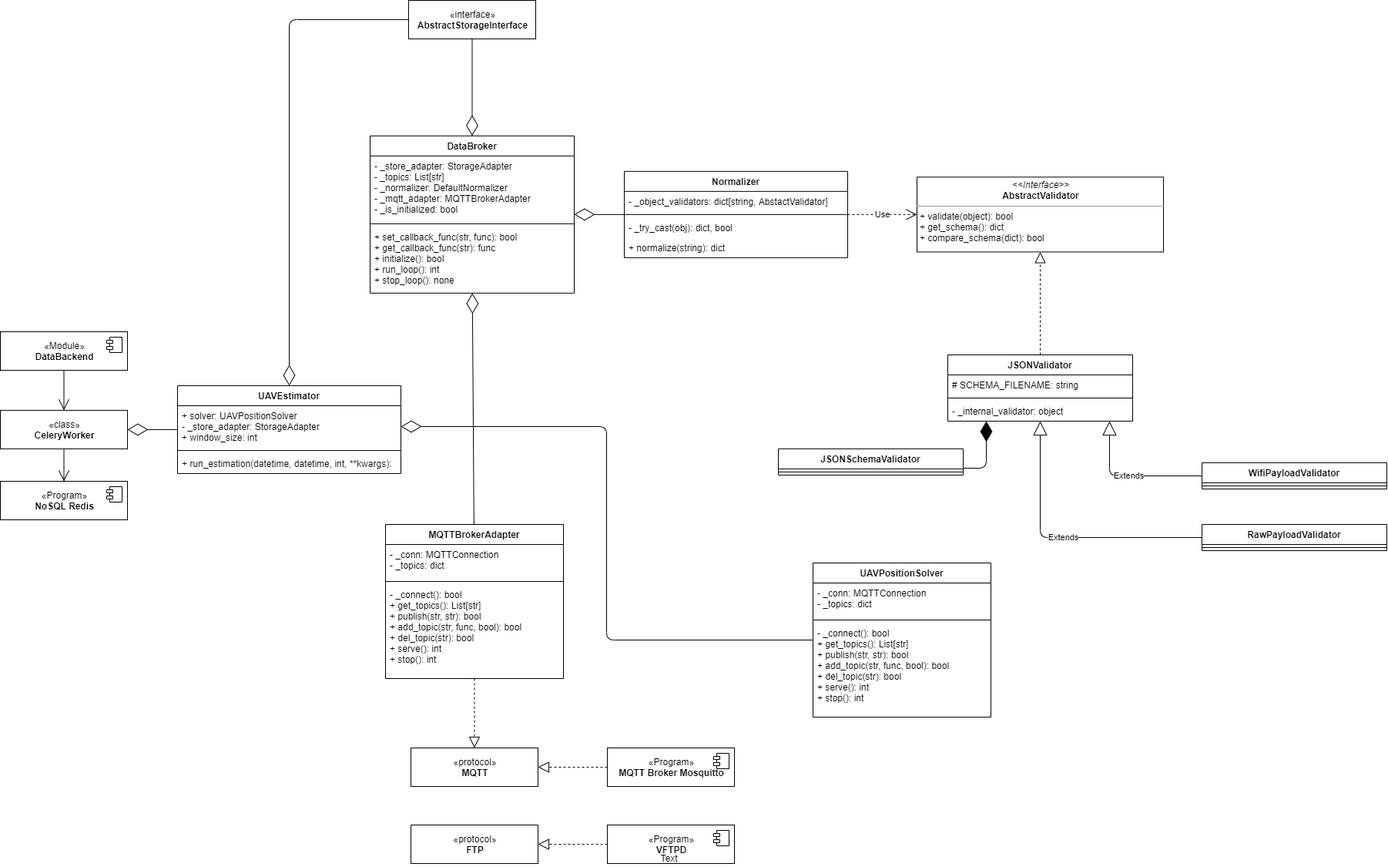
Above: docs/schemes/classes/ClassDiagram-processing_subsystem.png in Kirkirillka/GPS_Tracker (draw.io), before the change. Source tidied: cells renumbered, new cells last; positions are measured from the earlier drawing's top-left corner, leaving out a move shared by most shapes. Its diagram source:
```xml
<mxGraphModel>
  <root>
    <mxCell id="0" />
    <mxCell id="1" parent="0" />
    <mxCell id="2" value="DataBroker" style="swimlane;fontStyle=1;align=center;verticalAlign=top;horizontal=1;startSize=26;" parent="1" vertex="1">
      <mxGeometry x="480" y="175.9" width="265" height="204" as="geometry" />
    </mxCell>
    <mxCell id="3" value="- _store_adapter: StorageAdapter&#10;- _topics: List[str]&#10;- _normalizer: DefaultNormalizer&#10;- _mqtt_adapter: MQTTBrokerAdapter&#10;- _is_initialized: bool&#10;" style="text;strokeColor=none;fillColor=none;align=left;verticalAlign=top;spacingLeft=4;spacingRight=4;overflow=hidden;" parent="2" vertex="1">
      <mxGeometry y="26" width="265" height="84" as="geometry" />
    </mxCell>
    <mxCell id="4" style="line;strokeWidth=1;fillColor=none;align=left;verticalAlign=middle;spacingTop=-1;spacingLeft=3;spacingRight=3;labelPosition=right;" parent="2" vertex="1">
      <mxGeometry y="110" width="265" height="8" as="geometry" />
    </mxCell>
    <mxCell id="5" value="+ set_callback_func(str, func): bool&#10;+ get_callback_func(str): func&#10;+ initialize(): bool&#10;+ run_loop(): int&#10;+ stop_loop(): none" style="text;strokeColor=none;fillColor=none;align=left;verticalAlign=top;spacingLeft=4;spacingRight=4;overflow=hidden;points=[[0,0.5],[1,0.5]];portConstraint=eastwest;" parent="2" vertex="1">
      <mxGeometry y="118" width="265" height="86" as="geometry" />
    </mxCell>
    <mxCell id="6" value="JSONValidator" style="swimlane;fontStyle=1;align=center;verticalAlign=top;horizontal=1;startSize=26;" parent="1" vertex="1">
      <mxGeometry x="1230" y="460" width="240" height="86" as="geometry" />
    </mxCell>
    <mxCell id="7" value="# SCHEMA_FILENAME: string" style="text;strokeColor=none;fillColor=none;align=left;verticalAlign=top;spacingLeft=4;spacingRight=4;overflow=hidden;" parent="6" vertex="1">
      <mxGeometry y="26" width="240" height="26" as="geometry" />
    </mxCell>
    <mxCell id="8" style="line;strokeWidth=1;fillColor=none;align=left;verticalAlign=middle;spacingTop=-1;spacingLeft=3;spacingRight=3;labelPosition=right;" parent="6" vertex="1">
      <mxGeometry y="52" width="240" height="8" as="geometry" />
    </mxCell>
    <mxCell id="9" value="- _internal_validator: object" style="text;strokeColor=none;fillColor=none;align=left;verticalAlign=top;spacingLeft=4;spacingRight=4;overflow=hidden;" parent="6" vertex="1">
      <mxGeometry y="60" width="240" height="26" as="geometry" />
    </mxCell>
    <mxCell id="10" value="Normalizer" style="swimlane;fontStyle=1;align=center;verticalAlign=top;horizontal=1;startSize=26;" parent="1" vertex="1">
      <mxGeometry x="810" y="221.9" width="290" height="112" as="geometry" />
    </mxCell>
    <mxCell id="11" value="- _object_validators: dict[string, AbstactValidator]&#10;" style="text;strokeColor=none;fillColor=none;align=left;verticalAlign=top;spacingLeft=4;spacingRight=4;overflow=hidden;" parent="10" vertex="1">
      <mxGeometry y="26" width="290" height="26" as="geometry" />
    </mxCell>
    <mxCell id="12" style="line;strokeWidth=1;fillColor=none;align=left;verticalAlign=middle;spacingTop=-1;spacingLeft=3;spacingRight=3;labelPosition=right;" parent="10" vertex="1">
      <mxGeometry y="52" width="290" height="8" as="geometry" />
    </mxCell>
    <mxCell id="13" value="- _try_cast(obj): dict, bool" style="text;strokeColor=none;fillColor=none;align=left;verticalAlign=top;spacingLeft=4;spacingRight=4;overflow=hidden;" parent="10" vertex="1">
      <mxGeometry y="60" width="290" height="26" as="geometry" />
    </mxCell>
    <mxCell id="14" value="+ normalize(string): dict" style="text;strokeColor=none;fillColor=none;align=left;verticalAlign=top;spacingLeft=4;spacingRight=4;overflow=hidden;" parent="10" vertex="1">
      <mxGeometry y="86" width="290" height="26" as="geometry" />
    </mxCell>
    <mxCell id="15" value="&lt;p style=&quot;margin: 0px ; margin-top: 4px ; text-align: center&quot;&gt;&lt;i&gt;&amp;lt;&amp;lt;Interface&amp;gt;&amp;gt;&lt;/i&gt;&lt;br&gt;&lt;b&gt;AbstractValidator&lt;/b&gt;&lt;/p&gt;&lt;hr size=&quot;1&quot;&gt;&lt;p style=&quot;margin: 0px ; margin-left: 4px&quot;&gt;+ validate(object): bool&lt;br&gt;+ get_schema(): dict&lt;/p&gt;&lt;p style=&quot;margin: 0px ; margin-left: 4px&quot;&gt;&lt;span&gt;+ compare_schema(dict)&lt;/span&gt;&lt;span&gt;: bool&lt;/span&gt;&lt;/p&gt;" style="verticalAlign=top;align=left;overflow=fill;fontSize=12;fontFamily=Helvetica;html=1;rounded=0;shadow=0;comic=0;labelBackgroundColor=none;strokeColor=#000000;strokeWidth=1;fillColor=#ffffff;" parent="1" vertex="1">
      <mxGeometry x="1190" y="229.3" width="320" height="97.1" as="geometry" />
    </mxCell>
    <mxCell id="16" value="RawPayloadValidator" style="swimlane;fontStyle=1;align=center;verticalAlign=top;horizontal=1;startSize=26;" parent="1" vertex="1">
      <mxGeometry x="1560" y="680" width="240" height="34" as="geometry" />
    </mxCell>
    <mxCell id="17" style="line;strokeWidth=1;fillColor=none;align=left;verticalAlign=middle;spacingTop=-1;spacingLeft=3;spacingRight=3;labelPosition=right;" parent="16" vertex="1">
      <mxGeometry y="26" width="240" height="8" as="geometry" />
    </mxCell>
    <mxCell id="18" value="WifiPayloadValidator" style="swimlane;fontStyle=1;align=center;verticalAlign=top;horizontal=1;startSize=26;" parent="1" vertex="1">
      <mxGeometry x="1560" y="600" width="240" height="34" as="geometry" />
    </mxCell>
    <mxCell id="19" style="line;strokeWidth=1;fillColor=none;align=left;verticalAlign=middle;spacingTop=-1;spacingLeft=3;spacingRight=3;labelPosition=right;" parent="18" vertex="1">
      <mxGeometry y="26" width="240" height="8" as="geometry" />
    </mxCell>
    <mxCell id="20" value="JSONSchemaValidator" style="swimlane;fontStyle=1;align=center;verticalAlign=top;horizontal=1;startSize=26;" parent="1" vertex="1">
      <mxGeometry x="1010" y="581.9" width="240" height="34" as="geometry" />
    </mxCell>
    <mxCell id="21" style="line;strokeWidth=1;fillColor=none;align=left;verticalAlign=middle;spacingTop=-1;spacingLeft=3;spacingRight=3;labelPosition=right;" parent="20" vertex="1">
      <mxGeometry y="26" width="240" height="8" as="geometry" />
    </mxCell>
    <mxCell id="22" style="endArrow=diamondThin;endFill=1;endSize=24;html=1;strokeColor=#000000;edgeStyle=orthogonalEdgeStyle;" parent="1" edge="1" source="20" target="6">
      <mxGeometry relative="1" as="geometry">
        <Array as="points">
          <mxPoint x="1280" y="607" />
        </Array>
      </mxGeometry>
    </mxCell>
    <mxCell id="23" value="Extends" style="endArrow=block;endSize=16;endFill=0;html=1;strokeColor=#000000;edgeStyle=orthogonalEdgeStyle;" parent="1" edge="1" source="16" target="6">
      <mxGeometry relative="1" as="geometry" />
    </mxCell>
    <mxCell id="24" value="Extends" style="endArrow=block;endSize=16;endFill=0;html=1;strokeColor=#000000;edgeStyle=orthogonalEdgeStyle;" parent="1" edge="1" source="18" target="6">
      <mxGeometry relative="1" as="geometry">
        <Array as="points">
          <mxPoint x="1440" y="617" />
        </Array>
      </mxGeometry>
    </mxCell>
    <mxCell id="25" style="endArrow=block;dashed=1;endFill=0;endSize=12;html=1;strokeColor=#000000;" parent="1" edge="1" source="6" target="15">
      <mxGeometry relative="1" as="geometry" />
    </mxCell>
    <mxCell id="26" value="Use" style="endArrow=open;endSize=12;dashed=1;html=1;strokeColor=#000000;" parent="1" edge="1" source="10" target="15">
      <mxGeometry relative="1" as="geometry" />
    </mxCell>
    <mxCell id="27" value="«interface»&lt;br&gt;&lt;b&gt;AbstractStorageInterface&lt;/b&gt;" style="html=1;" parent="1" vertex="1">
      <mxGeometry x="530" width="165" height="50" as="geometry" />
    </mxCell>
    <mxCell id="28" value="«Module»&lt;br&gt;&lt;b&gt;DataBackend&lt;/b&gt;" style="html=1;" parent="1" vertex="1">
      <mxGeometry y="430" width="165" height="50" as="geometry" />
    </mxCell>
    <mxCell id="29" style="shape=component;jettyWidth=8;jettyHeight=4;" parent="28" vertex="1">
      <mxGeometry x="1" width="20" height="20" relative="1" as="geometry">
        <mxPoint x="-27" y="7" as="offset" />
      </mxGeometry>
    </mxCell>
    <mxCell id="30" value="«protocol»&lt;br&gt;&lt;b&gt;MQTT&lt;/b&gt;" style="html=1;" parent="1" vertex="1">
      <mxGeometry x="533" y="970" width="165" height="50" as="geometry" />
    </mxCell>
    <mxCell id="31" style="endArrow=block;dashed=1;endFill=0;endSize=12;html=1;" parent="1" edge="1" source="49" target="30">
      <mxGeometry relative="1" as="geometry" />
    </mxCell>
    <mxCell id="32" value="«Program»&lt;br&gt;&lt;b&gt;MQTT Broker Mosquitto&lt;/b&gt;" style="html=1;" parent="1" vertex="1">
      <mxGeometry x="788" y="970" width="165" height="50" as="geometry" />
    </mxCell>
    <mxCell id="33" style="shape=component;jettyWidth=8;jettyHeight=4;" parent="32" vertex="1">
      <mxGeometry x="1" width="20" height="20" relative="1" as="geometry">
        <mxPoint x="-27" y="7" as="offset" />
      </mxGeometry>
    </mxCell>
    <mxCell id="34" style="endArrow=diamondThin;endFill=0;endSize=24;html=1;" parent="1" edge="1" source="10" target="2">
      <mxGeometry relative="1" as="geometry" />
    </mxCell>
    <mxCell id="35" style="endArrow=diamondThin;endFill=0;endSize=24;html=1;" parent="1" edge="1" source="49" target="5">
      <mxGeometry relative="1" as="geometry" />
    </mxCell>
    <mxCell id="36" style="endArrow=diamondThin;endFill=0;endSize=24;html=1;edgeStyle=elbowEdgeStyle;" parent="1" edge="1" source="53" target="58">
      <mxGeometry relative="1" as="geometry" />
    </mxCell>
    <mxCell id="37" style="endArrow=diamondThin;endFill=0;endSize=24;html=1;" parent="1" edge="1" source="27" target="2">
      <mxGeometry relative="1" as="geometry" />
    </mxCell>
    <mxCell id="38" value="«Program»&lt;br&gt;&lt;b&gt;NoSQL Redis&lt;/b&gt;" style="html=1;" parent="1" vertex="1">
      <mxGeometry y="624" width="165" height="50" as="geometry" />
    </mxCell>
    <mxCell id="39" style="shape=component;jettyWidth=8;jettyHeight=4;" parent="38" vertex="1">
      <mxGeometry x="1" width="20" height="20" relative="1" as="geometry">
        <mxPoint x="-27" y="7" as="offset" />
      </mxGeometry>
    </mxCell>
    <mxCell id="40" value="«Program»&lt;br&gt;&lt;b&gt;VFTPD&lt;/b&gt;" style="html=1;" parent="1" vertex="1">
      <mxGeometry x="788" y="1070" width="165" height="50" as="geometry" />
    </mxCell>
    <mxCell id="41" style="shape=component;jettyWidth=8;jettyHeight=4;" parent="40" vertex="1">
      <mxGeometry x="1" width="20" height="20" relative="1" as="geometry">
        <mxPoint x="-27" y="7" as="offset" />
      </mxGeometry>
    </mxCell>
    <mxCell id="42" value="«protocol»&lt;br&gt;&lt;b&gt;FTP&lt;/b&gt;" style="html=1;" parent="1" vertex="1">
      <mxGeometry x="533" y="1070" width="165" height="50" as="geometry" />
    </mxCell>
    <mxCell id="43" style="endArrow=block;dashed=1;endFill=0;endSize=12;html=1;" parent="1" edge="1" source="40" target="42">
      <mxGeometry relative="1" as="geometry" />
    </mxCell>
    <mxCell id="44" value="«class»&lt;br&gt;&lt;b&gt;CeleryWorker&lt;/b&gt;" style="html=1;" parent="1" vertex="1">
      <mxGeometry y="531.9" width="165" height="50" as="geometry" />
    </mxCell>
    <mxCell id="45" style="endArrow=open;endFill=1;endSize=12;html=1;" parent="1" edge="1" source="44" target="38">
      <mxGeometry relative="1" as="geometry" />
    </mxCell>
    <mxCell id="46" style="endArrow=open;endFill=1;endSize=12;html=1;edgeStyle=orthogonalEdgeStyle;" parent="1" edge="1" source="28" target="44">
      <mxGeometry relative="1" as="geometry" />
    </mxCell>
    <mxCell id="47" style="endArrow=diamondThin;endFill=0;endSize=24;html=1;elbow=vertical;" parent="1" edge="1" source="57" target="44">
      <mxGeometry relative="1" as="geometry" />
    </mxCell>
    <mxCell id="48" style="endArrow=diamondThin;endFill=0;endSize=24;html=1;edgeStyle=orthogonalEdgeStyle;" parent="1" edge="1" source="27" target="57">
      <mxGeometry relative="1" as="geometry">
        <Array as="points">
          <mxPoint x="375" y="25" />
        </Array>
      </mxGeometry>
    </mxCell>
    <mxCell id="49" value="MQTTBrokerAdapter" style="swimlane;fontStyle=1;align=center;verticalAlign=top;horizontal=1;startSize=26;" parent="1" vertex="1">
      <mxGeometry x="500" y="680" width="231" height="200" as="geometry" />
    </mxCell>
    <mxCell id="50" value="- _conn: MQTTConnection&#10;- _topics: dict" style="text;strokeColor=none;fillColor=none;align=left;verticalAlign=top;spacingLeft=4;spacingRight=4;overflow=hidden;" parent="49" vertex="1">
      <mxGeometry y="26" width="231" height="44" as="geometry" />
    </mxCell>
    <mxCell id="51" style="line;strokeWidth=1;fillColor=none;align=left;verticalAlign=middle;spacingTop=-1;spacingLeft=3;spacingRight=3;labelPosition=right;" parent="49" vertex="1">
      <mxGeometry y="70" width="231" height="8" as="geometry" />
    </mxCell>
    <mxCell id="52" value="- _connect(): bool&#10;+ get_topics(): List[str]&#10;+ publish(str, str): bool&#10;+ add_topic(str, func, bool): bool&#10;+ del_topic(str): bool&#10;+ serve(): int&#10;+ stop(): int" style="text;strokeColor=none;fillColor=none;align=left;verticalAlign=top;spacingLeft=4;spacingRight=4;overflow=hidden;" parent="49" vertex="1">
      <mxGeometry y="78" width="231" height="122" as="geometry" />
    </mxCell>
    <mxCell id="53" value="UAVPositionSolver" style="swimlane;fontStyle=1;align=center;verticalAlign=top;horizontal=1;startSize=26;" parent="1" vertex="1">
      <mxGeometry x="1055" y="730" width="231" height="200" as="geometry" />
    </mxCell>
    <mxCell id="54" value="- _conn: MQTTConnection&#10;- _topics: dict" style="text;strokeColor=none;fillColor=none;align=left;verticalAlign=top;spacingLeft=4;spacingRight=4;overflow=hidden;" parent="53" vertex="1">
      <mxGeometry y="26" width="231" height="44" as="geometry" />
    </mxCell>
    <mxCell id="55" style="line;strokeWidth=1;fillColor=none;align=left;verticalAlign=middle;spacingTop=-1;spacingLeft=3;spacingRight=3;labelPosition=right;" parent="53" vertex="1">
      <mxGeometry y="70" width="231" height="8" as="geometry" />
    </mxCell>
    <mxCell id="56" value="- _connect(): bool&#10;+ get_topics(): List[str]&#10;+ publish(str, str): bool&#10;+ add_topic(str, func, bool): bool&#10;+ del_topic(str): bool&#10;+ serve(): int&#10;+ stop(): int" style="text;strokeColor=none;fillColor=none;align=left;verticalAlign=top;spacingLeft=4;spacingRight=4;overflow=hidden;" parent="53" vertex="1">
      <mxGeometry y="78" width="231" height="122" as="geometry" />
    </mxCell>
    <mxCell id="57" value="UAVEstimator" style="swimlane;fontStyle=1;align=center;verticalAlign=top;horizontal=1;startSize=26;" parent="1" vertex="1">
      <mxGeometry x="230" y="500" width="290" height="114" as="geometry" />
    </mxCell>
    <mxCell id="58" value="+ solver: UAVPositionSolver&#10;- _store_adapter: StorageAdapter&#10;+ window_size: int" style="text;strokeColor=none;fillColor=none;align=left;verticalAlign=top;spacingLeft=4;spacingRight=4;overflow=hidden;points=[[0,0.5],[1,0.5]];portConstraint=eastwest;" parent="57" vertex="1">
      <mxGeometry y="26" width="290" height="54" as="geometry" />
    </mxCell>
    <mxCell id="59" style="line;strokeWidth=1;fillColor=none;align=left;verticalAlign=middle;spacingTop=-1;spacingLeft=3;spacingRight=3;labelPosition=right;" parent="57" vertex="1">
      <mxGeometry y="80" width="290" height="8" as="geometry" />
    </mxCell>
    <mxCell id="60" value="+ run_estimation(datetime, datetime, int, **kwargs):" style="text;strokeColor=none;fillColor=none;align=left;verticalAlign=top;spacingLeft=4;spacingRight=4;overflow=hidden;" parent="57" vertex="1">
      <mxGeometry y="88" width="290" height="26" as="geometry" />
    </mxCell>
    <mxCell id="61" value="Text" style="text;html=1;align=center;verticalAlign=middle;" parent="1" vertex="1">
      <mxGeometry x="848" y="1103" width="40" height="20" as="geometry" />
    </mxCell>
    <mxCell id="62" style="endArrow=block;dashed=1;endFill=0;endSize=12;html=1;" parent="1" edge="1" source="32" target="30">
      <mxGeometry relative="1" as="geometry" />
    </mxCell>
  </root>
</mxGraphModel>
```
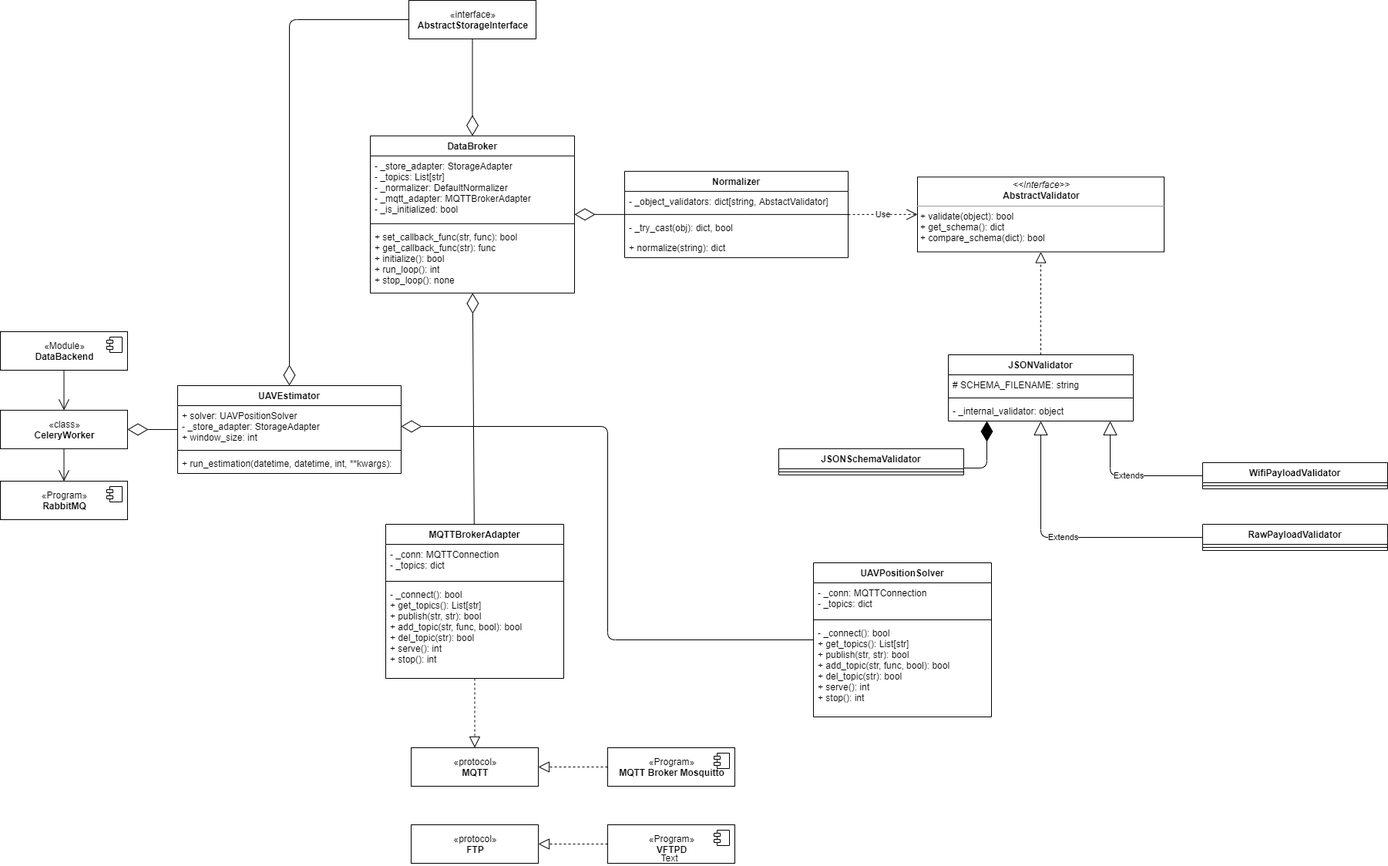
The same file after the commit.

Commit message:
RabbitMQ instead of Redis

What changed in the source:
```diff
@@ -122,7 +122,7 @@
     <mxCell id="37" style="endArrow=diamondThin;endFill=0;endSize=24;html=1;" parent="1" edge="1" source="27" target="2">
       <mxGeometry relative="1" as="geometry" />
     </mxCell>
-    <mxCell id="38" value="«Program»&lt;br&gt;&lt;b&gt;NoSQL Redis&lt;/b&gt;" style="html=1;" parent="1" vertex="1">
+    <mxCell id="38" value="«Program»&lt;br&gt;&lt;b&gt;RabbitMQ&lt;/b&gt;" style="html=1;" parent="1" vertex="1">
       <mxGeometry y="624" width="165" height="50" as="geometry" />
     </mxCell>
     <mxCell id="39" style="shape=component;jettyWidth=8;jettyHeight=4;" parent="38" vertex="1">
```
